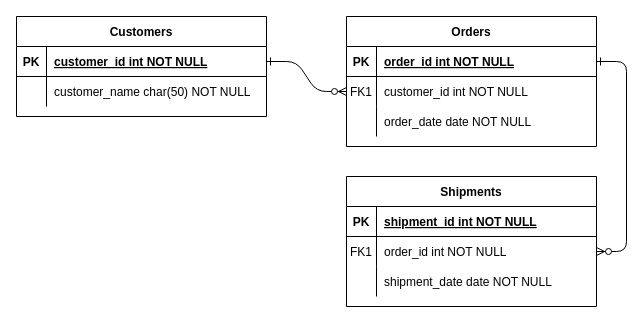
NotNanetteKaye/Week23-BEYONDFLEX keeps this draw.io diagram as GWC_autodesk/GWC.drawio. Above is the earlier version. Source tidied: cells renumbered, new cells numbered last; positions are measured from the earlier drawing's top-left corner, leaving out a move shared by most shapes. Both pictures are drawn from the tidied source at 100%, with x=0, y=0 at pixel (16, 16).
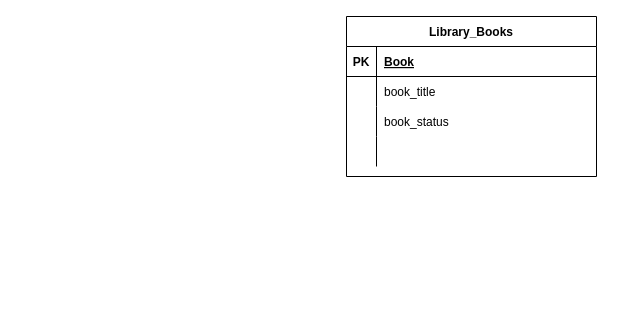
After the change.

Commit message:
Created Library Book Entity/Table

Unchanged cells that the change refers to:
```xml
<mxCell id="5" style="shape=partialRectangle;fillColor=none;points=[[0,0.5],[1,0.5]];portConstraint=eastwest;top=0;left=0;right=0;bottom=1;" parent="4" vertex="1">
  <mxGeometry y="30" width="250" height="30" as="geometry" />
</mxCell>
<mxCell id="8" style="shape=partialRectangle;fillColor=none;points=[[0,0.5],[1,0.5]];portConstraint=eastwest;top=0;left=0;right=0;bottom=0;" parent="4" vertex="1">
  <mxGeometry y="60" width="250" height="30" as="geometry" />
</mxCell>
<mxCell id="11" style="shape=partialRectangle;fillColor=none;top=0;left=0;right=0;bottom=0;" parent="4" vertex="1">
  <mxGeometry y="90" width="250" height="30" as="geometry" />
</mxCell>
```

Diff of the diagram source:
```diff
@@
-    <mxCell id="2" style="edgeStyle=entityRelationEdgeStyle;endArrow=ERzeroToMany;startArrow=ERone;endFill=1;startFill=0;" parent="1" edge="1" source="25" target="8">
-      <mxGeometry relative="1" as="geometry" />
-    </mxCell>
-    <mxCell id="3" style="edgeStyle=entityRelationEdgeStyle;endArrow=ERzeroToMany;startArrow=ERone;endFill=1;startFill=0;" parent="1" edge="1" source="5" target="18">
-      <mxGeometry relative="1" as="geometry" />
-    </mxCell>
-    <mxCell id="4" value="Orders" style="shape=table;startSize=30;childLayout=tableLayout;rowLines=0;fontStyle=1;align=center;" parent="1" vertex="1">
-      <mxGeometry x="330" width="250" height="130" as="geometry" />
+    <mxCell id="4" value="Library_Books" style="shape=table;startSize=30;childLayout=tableLayout;rowLines=0;fontStyle=1;align=center;" parent="1" vertex="1">
+      <mxGeometry x="330" width="250" height="160" as="geometry" />
     </mxCell>
@@
-    <mxCell id="7" value="order_id int NOT NULL " style="shape=partialRectangle;overflow=hidden;fillColor=none;top=0;left=0;bottom=0;right=0;align=left;spacingLeft=6;fontStyle=5;" parent="5" vertex="1">
+    <mxCell id="7" value="Book" style="shape=partialRectangle;overflow=hidden;fillColor=none;top=0;left=0;bottom=0;right=0;align=left;spacingLeft=6;fontStyle=5;" parent="5" vertex="1">
       <mxGeometry x="30" width="220" height="30" as="geometry" />
     </mxCell>
@@
-    <mxCell id="9" value="FK1" style="shape=partialRectangle;overflow=hidden;fillColor=none;top=0;left=0;bottom=0;right=0;" parent="8" vertex="1">
+    <mxCell id="9" style="shape=partialRectangle;overflow=hidden;fillColor=none;top=0;left=0;bottom=0;right=0;" parent="8" vertex="1">
       <mxGeometry width="30" height="30" as="geometry" />
     </mxCell>
-    <mxCell id="10" value="customer_id int NOT NULL" style="shape=partialRectangle;overflow=hidden;fillColor=none;top=0;left=0;bottom=0;right=0;align=left;spacingLeft=6;" parent="8" vertex="1">
+    <mxCell id="10" value="book_title" style="shape=partialRectangle;overflow=hidden;fillColor=none;top=0;left=0;bottom=0;right=0;align=left;spacingLeft=6;" parent="8" vertex="1">
       <mxGeometry x="30" width="220" height="30" as="geometry" />
     </mxCell>
@@
-    <mxCell id="13" value="order_date date NOT NULL" style="shape=partialRectangle;overflow=hidden;fillColor=none;top=0;left=0;bottom=0;right=0;align=left;spacingLeft=6;" parent="11" vertex="1">
+    <mxCell id="13" value="book_status" style="shape=partialRectangle;overflow=hidden;fillColor=none;top=0;left=0;bottom=0;right=0;align=left;spacingLeft=6;" parent="11" vertex="1">
       <mxGeometry x="30" width="220" height="30" as="geometry" />
     </mxCell>
-    <mxCell id="14" value="Shipments" style="shape=table;startSize=30;childLayout=tableLayout;rowLines=0;fontStyle=1;align=center;" parent="1" vertex="1">
-      <mxGeometry x="330" y="160" width="250" height="130" as="geometry" />
-    </mxCell>
-    <mxCell id="15" style="shape=partialRectangle;fillColor=none;top=0;left=0;right=0;bottom=1;" parent="14" vertex="1">
-      <mxGeometry y="30" width="250" height="30" as="geometry" />
-    </mxCell>
-    <mxCell id="16" value="PK" style="shape=partialRectangle;overflow=hidden;fillColor=none;top=0;left=0;bottom=0;right=0;fontStyle=1;" parent="15" vertex="1">
-      <mxGeometry width="30" height="30" as="geometry" />
-    </mxCell>
-    <mxCell id="17" value="shipment_id int NOT NULL " style="shape=partialRectangle;overflow=hidden;fillColor=none;top=0;left=0;bottom=0;right=0;align=left;spacingLeft=6;fontStyle=5;" parent="15" vertex="1">
-      <mxGeometry x="30" width="220" height="30" as="geometry" />
-    </mxCell>
-    <mxCell id="18" style="shape=partialRectangle;fillColor=none;points=[[0,0.5],[1,0.5]];portConstraint=eastwest;top=0;left=0;right=0;bottom=0;" parent="14" vertex="1">
-      <mxGeometry y="60" width="250" height="30" as="geometry" />
-    </mxCell>
-    <mxCell id="19" value="FK1" style="shape=partialRectangle;overflow=hidden;fillColor=none;top=0;left=0;bottom=0;right=0;" parent="18" vertex="1">
-      <mxGeometry width="30" height="30" as="geometry" />
-    </mxCell>
-    <mxCell id="20" value="order_id int NOT NULL" style="shape=partialRectangle;overflow=hidden;fillColor=none;top=0;left=0;bottom=0;right=0;align=left;spacingLeft=6;" parent="18" vertex="1">
-      <mxGeometry x="30" width="220" height="30" as="geometry" />
-    </mxCell>
-    <mxCell id="21" style="shape=partialRectangle;fillColor=none;top=0;left=0;right=0;bottom=0;" parent="14" vertex="1">
-      <mxGeometry y="90" width="250" height="30" as="geometry" />
-    </mxCell>
-    <mxCell id="22" style="shape=partialRectangle;overflow=hidden;fillColor=none;top=0;left=0;bottom=0;right=0;" parent="21" vertex="1">
-      <mxGeometry width="30" height="30" as="geometry" />
-    </mxCell>
-    <mxCell id="23" value="shipment_date date NOT NULL" style="shape=partialRectangle;overflow=hidden;fillColor=none;top=0;left=0;bottom=0;right=0;align=left;spacingLeft=6;" parent="21" vertex="1">
-      <mxGeometry x="30" width="220" height="30" as="geometry" />
-    </mxCell>
-    <mxCell id="24" value="Customers" style="shape=table;startSize=30;childLayout=tableLayout;rowLines=0;fontStyle=1;align=center;" parent="1" vertex="1">
-      <mxGeometry width="250" height="100" as="geometry" />
-    </mxCell>
-    <mxCell id="25" style="shape=partialRectangle;fillColor=none;points=[[0,0.5],[1,0.5]];portConstraint=eastwest;top=0;left=0;right=0;bottom=1;" parent="24" vertex="1">
-      <mxGeometry y="30" width="250" height="30" as="geometry" />
-    </mxCell>
-    <mxCell id="26" value="PK" style="shape=partialRectangle;overflow=hidden;fillColor=none;top=0;left=0;bottom=0;right=0;fontStyle=1;" parent="25" vertex="1">
-      <mxGeometry width="30" height="30" as="geometry" />
-    </mxCell>
-    <mxCell id="27" value="customer_id int NOT NULL " style="shape=partialRectangle;overflow=hidden;fillColor=none;top=0;left=0;bottom=0;right=0;align=left;spacingLeft=6;fontStyle=5;" parent="25" vertex="1">
-      <mxGeometry x="30" width="220" height="30" as="geometry" />
-    </mxCell>
-    <mxCell id="28" style="shape=partialRectangle;fillColor=none;top=0;left=0;right=0;bottom=0;" parent="24" vertex="1">
-      <mxGeometry y="60" width="250" height="30" as="geometry" />
-    </mxCell>
-    <mxCell id="29" style="shape=partialRectangle;overflow=hidden;fillColor=none;top=0;left=0;bottom=0;right=0;" parent="28" vertex="1">
-      <mxGeometry width="30" height="30" as="geometry" />
-    </mxCell>
-    <mxCell id="30" value="customer_name char(50) NOT NULL" style="shape=partialRectangle;overflow=hidden;fillColor=none;top=0;left=0;bottom=0;right=0;align=left;spacingLeft=6;" parent="28" vertex="1">
-      <mxGeometry x="30" width="220" height="30" as="geometry" />
-    </mxCell>
+    <mxCell id="31" style="shape=partialRectangle;fillColor=none;top=0;left=0;right=0;bottom=0;" parent="4" vertex="1">
+      <mxGeometry y="120" width="250" height="30" as="geometry" />
+    </mxCell>
+    <mxCell id="32" style="shape=partialRectangle;overflow=hidden;fillColor=none;top=0;left=0;bottom=0;right=0;" parent="31" vertex="1">
+      <mxGeometry width="30" height="30" as="geometry" />
+    </mxCell>
+    <mxCell id="33" style="shape=partialRectangle;overflow=hidden;fillColor=none;top=0;left=0;bottom=0;right=0;align=left;spacingLeft=6;" parent="31" vertex="1">
+      <mxGeometry x="30" width="220" height="30" as="geometry" />
+    </mxCell>
```
